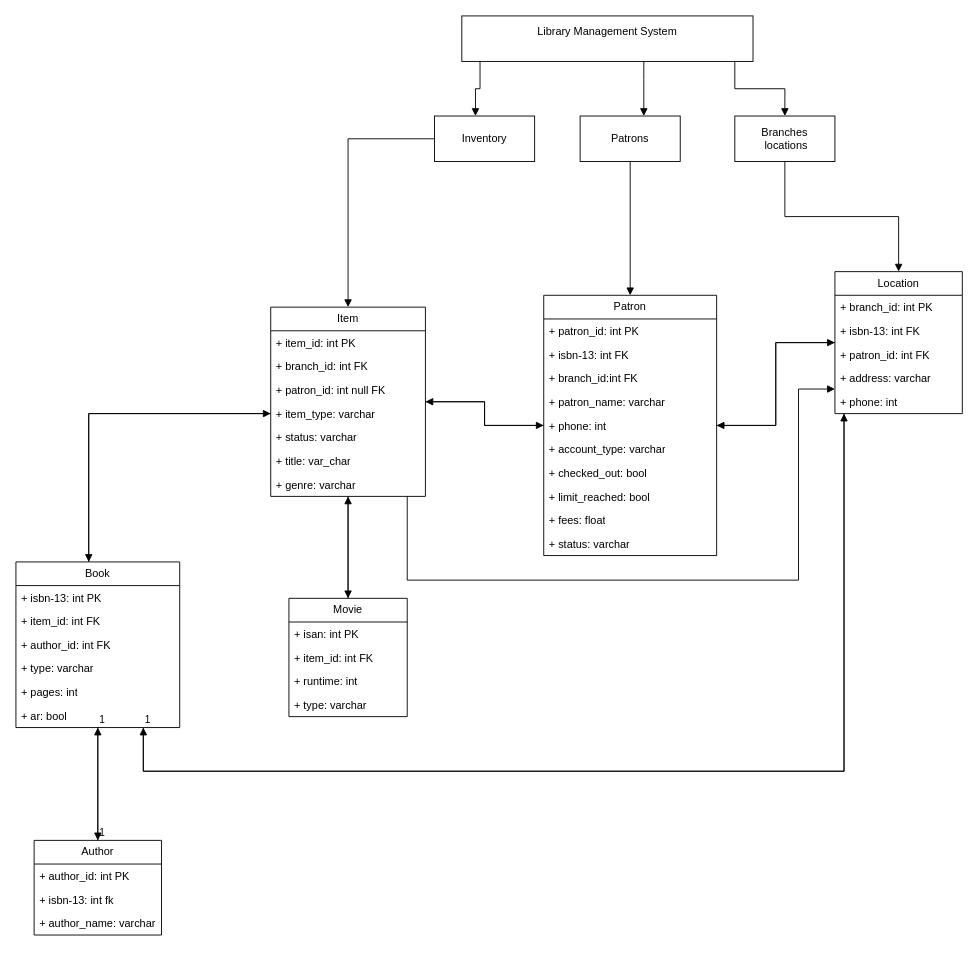
Above: Project_class_diagram.drawio in srigdon5/SDEV_220_Final_Project_Group7 (draw.io), before the change. Source tidied: cells renumbered, new cells numbered last; positions are measured from the earlier drawing's top-left corner, leaving out a move shared by most shapes. Both pictures are drawn from the tidied source at 91%, with x=0, y=0 at pixel (15, 15).
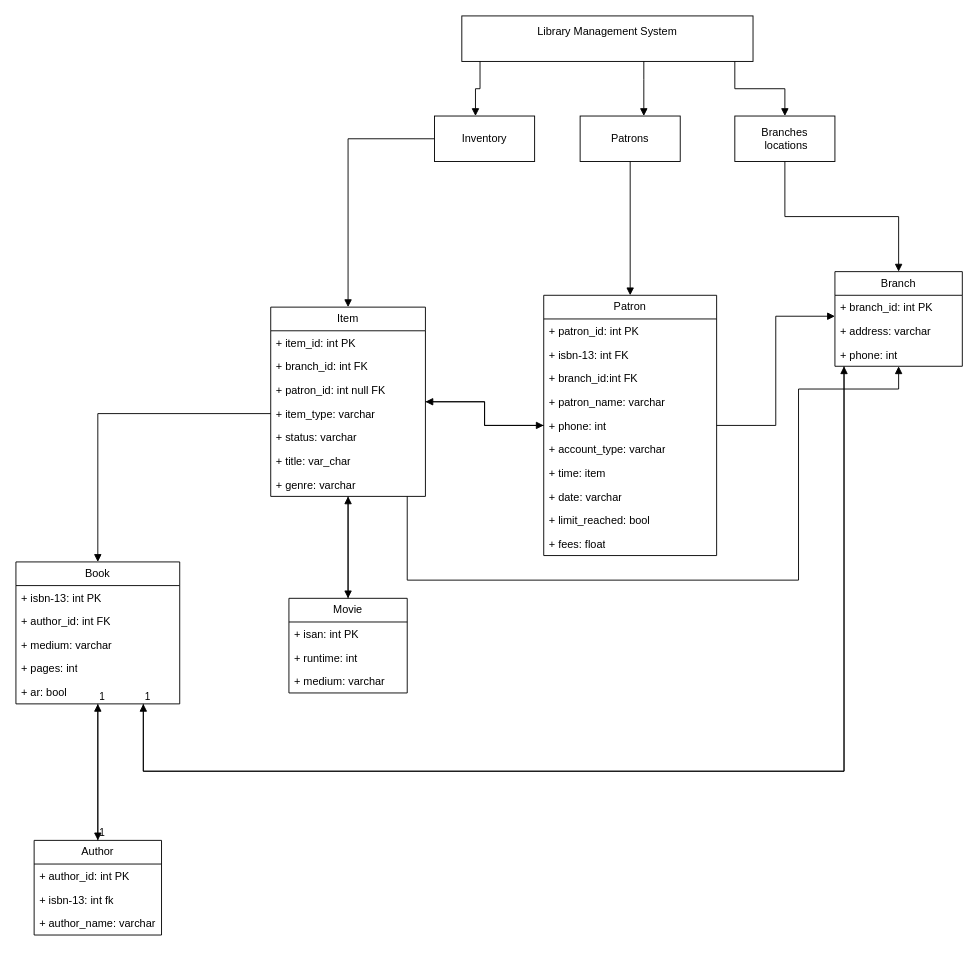
The same page after the edit.

Commit message (it also covers changes not shown here):
Completed database set up, updated uml to reflect needed changes

Unchanged cells that the change refers to:
```xml
<mxCell id="17" value="Patron" style="swimlane;fontStyle=0;horizontal=1;startSize=26;fillColor=none;whiteSpace=wrap;html=1;" parent="1" vertex="1">
  <mxGeometry x="580" y="307" width="190" height="286" as="geometry" />
</mxCell>
<mxCell id="44" value="Item" style="swimlane;fontStyle=0;horizontal=1;startSize=26;fillColor=none;whiteSpace=wrap;html=1;" parent="1" vertex="1">
  <mxGeometry x="280" y="320" width="170" height="208" as="geometry" />
</mxCell>
```

What changed in the source:
```diff
@@
     <mxCell id="6" value="Book" style="swimlane;fontStyle=0;horizontal=1;startSize=26;fillColor=none;whiteSpace=wrap;html=1;" parent="1" vertex="1">
-      <mxGeometry y="600" width="180" height="182" as="geometry" />
+      <mxGeometry y="600" width="180" height="156" as="geometry" />
     </mxCell>
@@
-    <mxCell id="8" value="+ item_id: int FK" style="text;strokeColor=none;fillColor=none;align=left;verticalAlign=top;spacingLeft=4;spacingRight=4;overflow=hidden;whiteSpace=wrap;html=1;" parent="6" vertex="1">
-      <mxGeometry y="52" width="180" height="26" as="geometry" />
-    </mxCell>
     <mxCell id="9" value="+ author_id: int FK" style="text;strokeColor=none;fillColor=none;align=left;verticalAlign=top;spacingLeft=4;spacingRight=4;overflow=hidden;whiteSpace=wrap;html=1;" parent="6" vertex="1">
-      <mxGeometry y="78" width="180" height="26" as="geometry" />
+      <mxGeometry y="52" width="180" height="26" as="geometry" />
     </mxCell>
-    <mxCell id="10" value="+ type: varchar" style="text;strokeColor=none;fillColor=none;align=left;verticalAlign=top;spacingLeft=4;spacingRight=4;overflow=hidden;whiteSpace=wrap;html=1;" parent="6" vertex="1">
-      <mxGeometry y="104" width="180" height="26" as="geometry" />
+    <mxCell id="10" value="+ medium: varchar" style="text;strokeColor=none;fillColor=none;align=left;verticalAlign=top;spacingLeft=4;spacingRight=4;overflow=hidden;whiteSpace=wrap;html=1;" parent="6" vertex="1">
+      <mxGeometry y="78" width="180" height="26" as="geometry" />
     </mxCell>
     <mxCell id="11" value="+ pages: int" style="text;strokeColor=none;fillColor=none;align=left;verticalAlign=top;spacingLeft=4;spacingRight=4;overflow=hidden;whiteSpace=wrap;html=1;" parent="6" vertex="1">
-      <mxGeometry y="130" width="180" height="26" as="geometry" />
+      <mxGeometry y="104" width="180" height="26" as="geometry" />
     </mxCell>
     <mxCell id="12" value="+ ar: bool" style="text;strokeColor=none;fillColor=none;align=left;verticalAlign=top;spacingLeft=4;spacingRight=4;overflow=hidden;whiteSpace=wrap;html=1;" parent="6" vertex="1">
-      <mxGeometry y="156" width="180" height="26" as="geometry" />
+      <mxGeometry y="130" width="180" height="26" as="geometry" />
     </mxCell>
@@
-    <mxCell id="24" value="+ checked_out: bool" style="text;strokeColor=none;fillColor=none;align=left;verticalAlign=top;spacingLeft=4;spacingRight=4;overflow=hidden;whiteSpace=wrap;html=1;" parent="17" vertex="1">
+    <mxCell id="24" value="+ time: item" style="text;strokeColor=none;fillColor=none;align=left;verticalAlign=top;spacingLeft=4;spacingRight=4;overflow=hidden;whiteSpace=wrap;html=1;" parent="17" vertex="1">
       <mxGeometry y="182" width="190" height="26" as="geometry" />
     </mxCell>
+    <mxCell id="69" value="+ date: varchar" style="text;strokeColor=none;fillColor=none;align=left;verticalAlign=top;spacingLeft=4;spacingRight=4;overflow=hidden;whiteSpace=wrap;html=1;" parent="17" vertex="1">
+      <mxGeometry y="208" width="190" height="26" as="geometry" />
+    </mxCell>
     <mxCell id="25" value="+ limit_reached: bool" style="text;strokeColor=none;fillColor=none;align=left;verticalAlign=top;spacingLeft=4;spacingRight=4;overflow=hidden;whiteSpace=wrap;html=1;" parent="17" vertex="1">
-      <mxGeometry y="208" width="190" height="26" as="geometry" />
+      <mxGeometry y="234" width="190" height="26" as="geometry" />
     </mxCell>
     <mxCell id="26" value="+ fees: float" style="text;strokeColor=none;fillColor=none;align=left;verticalAlign=top;spacingLeft=4;spacingRight=4;overflow=hidden;whiteSpace=wrap;html=1;" parent="17" vertex="1">
-      <mxGeometry y="234" width="190" height="26" as="geometry" />
+      <mxGeometry y="260" width="190" height="26" as="geometry" />
     </mxCell>
-    <mxCell id="27" value="&lt;div&gt;+ status: varchar&lt;/div&gt;" style="text;strokeColor=none;fillColor=none;align=left;verticalAlign=top;spacingLeft=4;spacingRight=4;overflow=hidden;whiteSpace=wrap;html=1;" parent="17" vertex="1">
-      <mxGeometry y="260" width="190" height="26" as="geometry" />
-    </mxCell>
@@
-    <mxCell id="33" value="Location" style="swimlane;fontStyle=0;horizontal=1;startSize=26;fillColor=none;whiteSpace=wrap;html=1;" parent="1" vertex="1">
-      <mxGeometry x="900" y="281" width="140" height="156" as="geometry" />
+    <mxCell id="33" value="Branch" style="swimlane;fontStyle=0;horizontal=1;startSize=26;fillColor=none;whiteSpace=wrap;html=1;" parent="1" vertex="1">
+      <mxGeometry x="900" y="281" width="140" height="104" as="geometry" />
     </mxCell>
@@
-    <mxCell id="35" value="+ isbn-13: int FK" style="text;strokeColor=none;fillColor=none;align=left;verticalAlign=top;spacingLeft=4;spacingRight=4;overflow=hidden;whiteSpace=wrap;html=1;" parent="33" vertex="1">
-      <mxGeometry y="52" width="140" height="26" as="geometry" />
-    </mxCell>
-    <mxCell id="36" value="+ patron_id: int FK" style="text;strokeColor=none;fillColor=none;align=left;verticalAlign=top;spacingLeft=4;spacingRight=4;overflow=hidden;whiteSpace=wrap;html=1;" parent="33" vertex="1">
-      <mxGeometry y="78" width="140" height="26" as="geometry" />
-    </mxCell>
     <mxCell id="37" value="+ address: varchar" style="text;strokeColor=none;fillColor=none;align=left;verticalAlign=top;spacingLeft=4;spacingRight=4;overflow=hidden;whiteSpace=wrap;html=1;" parent="33" vertex="1">
-      <mxGeometry y="104" width="140" height="26" as="geometry" />
+      <mxGeometry y="52" width="140" height="26" as="geometry" />
     </mxCell>
     <mxCell id="38" value="+ phone: int" style="text;strokeColor=none;fillColor=none;align=left;verticalAlign=top;spacingLeft=4;spacingRight=4;overflow=hidden;whiteSpace=wrap;html=1;" parent="33" vertex="1">
-      <mxGeometry y="130" width="140" height="26" as="geometry" />
+      <mxGeometry y="78" width="140" height="26" as="geometry" />
     </mxCell>
@@
-    <mxCell id="41" style="endArrow=block;endFill=1;html=1;edgeStyle=orthogonalEdgeStyle;align=left;verticalAlign=top;rounded=0;" parent="1" edge="1" source="33" target="17">
-      <mxGeometry x="-1" relative="1" as="geometry" />
-    </mxCell>
@@
     <mxCell id="52" value="Movie" style="swimlane;fontStyle=0;horizontal=1;startSize=26;fillColor=none;whiteSpace=wrap;html=1;" parent="1" vertex="1">
-      <mxGeometry x="300" y="640" width="130" height="130" as="geometry" />
+      <mxGeometry x="300" y="640" width="130" height="104" as="geometry" />
     </mxCell>
@@
-    <mxCell id="54" value="+ item_id: int FK" style="text;strokeColor=none;fillColor=none;align=left;verticalAlign=top;spacingLeft=4;spacingRight=4;overflow=hidden;whiteSpace=wrap;html=1;" parent="52" vertex="1">
-      <mxGeometry y="52" width="130" height="26" as="geometry" />
-    </mxCell>
     <mxCell id="55" value="+ runtime: int" style="text;strokeColor=none;fillColor=none;align=left;verticalAlign=top;spacingLeft=4;spacingRight=4;overflow=hidden;whiteSpace=wrap;html=1;" parent="52" vertex="1">
-      <mxGeometry y="78" width="130" height="26" as="geometry" />
+      <mxGeometry y="52" width="130" height="26" as="geometry" />
     </mxCell>
-    <mxCell id="56" value="&lt;div&gt;+ type: varchar&lt;/div&gt;" style="text;strokeColor=none;fillColor=none;align=left;verticalAlign=top;spacingLeft=4;spacingRight=4;overflow=hidden;whiteSpace=wrap;html=1;" parent="52" vertex="1">
-      <mxGeometry y="104" width="130" height="26" as="geometry" />
+    <mxCell id="56" value="&lt;div&gt;+ medium: varchar&lt;/div&gt;" style="text;strokeColor=none;fillColor=none;align=left;verticalAlign=top;spacingLeft=4;spacingRight=4;overflow=hidden;whiteSpace=wrap;html=1;" parent="52" vertex="1">
+      <mxGeometry y="78" width="130" height="26" as="geometry" />
     </mxCell>
-    <mxCell id="57" style="endArrow=block;endFill=1;html=1;edgeStyle=orthogonalEdgeStyle;align=left;verticalAlign=top;rounded=0;" parent="1" edge="1" source="6" target="44">
-      <mxGeometry x="-1" relative="1" as="geometry">
-        <Array as="points">
-          <mxPoint x="80" y="437" />
-        </Array>
-      </mxGeometry>
-    </mxCell>
@@
     <mxCell id="59" style="endArrow=block;endFill=1;html=1;edgeStyle=orthogonalEdgeStyle;align=left;verticalAlign=top;rounded=0;" parent="1" edge="1" source="44" target="6">
       <mxGeometry x="-1" relative="1" as="geometry">
         <Array as="points">
-          <mxPoint x="80" y="437" />
+          <mxPoint x="90" y="437" />
         </Array>
       </mxGeometry>
     </mxCell>
@@
     <mxCell id="61" style="endArrow=block;endFill=1;html=1;edgeStyle=orthogonalEdgeStyle;align=left;verticalAlign=top;rounded=0;" parent="1" edge="1" source="17" target="33">
       <mxGeometry x="-1" relative="1" as="geometry">
         <Array as="points">
           <mxPoint x="835" y="450" />
-          <mxPoint x="835" y="359" />
+          <mxPoint x="835" y="330" />
         </Array>
       </mxGeometry>
     </mxCell>
```
